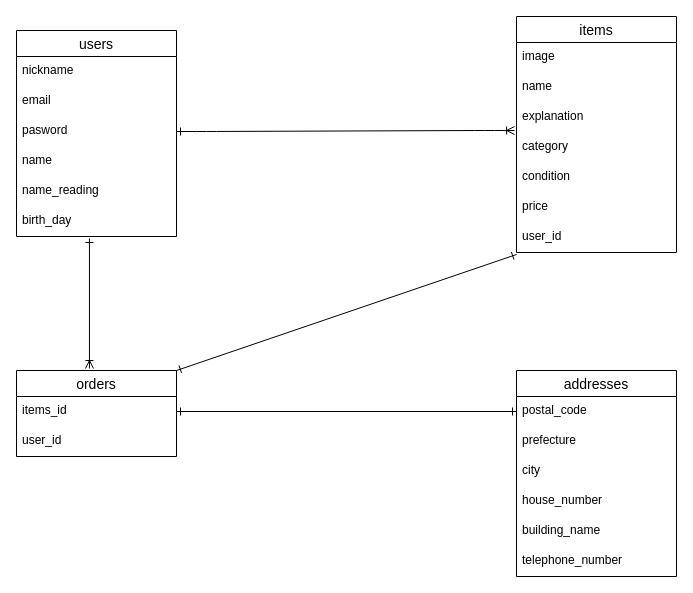
Earlier version of the draw.io diagram test.dio (naoki-shiogao/furima-39541). Source tidied: cells renumbered, new cells numbered last; positions are measured from the earlier drawing's top-left corner, leaving out a move shared by most shapes. Both pictures are drawn from the tidied source at 100%, with x=0, y=0 at pixel (16, 16).
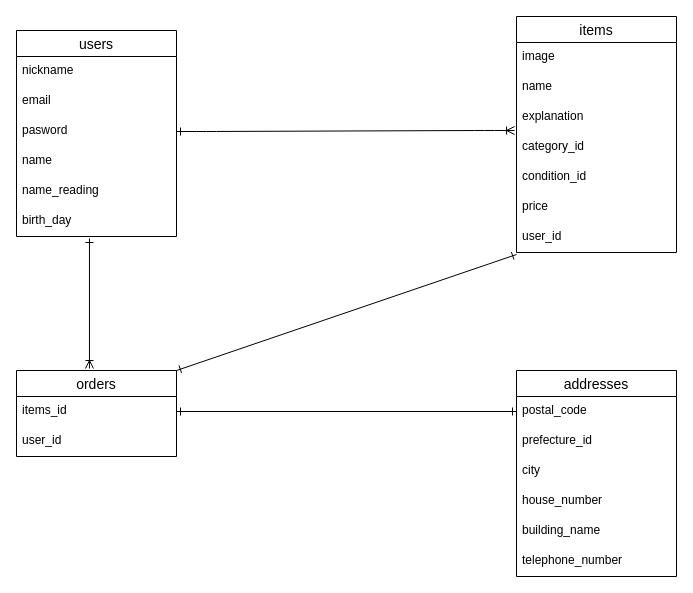
After the change.

Commit message (it also covers changes not shown here):
データベース設計2

The change refers to these unchanged cells:
```xml
<mxCell id="9" value="items" style="swimlane;fontStyle=0;horizontal=1;startSize=26;align=center;fontSize=14;" parent="1" vertex="1">
  <mxGeometry x="500" width="160" height="236" as="geometry" />
</mxCell>
<mxCell id="20" value="addresses" style="swimlane;fontStyle=0;horizontal=1;startSize=26;align=center;fontSize=14;" parent="1" vertex="1">
  <mxGeometry x="500" y="354" width="160" height="206" as="geometry" />
</mxCell>
```

The edit, as a diff of the source:
```diff
@@
-    <mxCell id="13" value="category" style="text;strokeColor=none;fillColor=none;spacingLeft=4;spacingRight=4;overflow=hidden;fontSize=12;" parent="9" vertex="1">
+    <mxCell id="13" value="category_id" style="text;strokeColor=none;fillColor=none;spacingLeft=4;spacingRight=4;overflow=hidden;fontSize=12;" parent="9" vertex="1">
       <mxGeometry y="116" width="160" height="30" as="geometry" />
     </mxCell>
-    <mxCell id="14" value="condition" style="text;strokeColor=none;fillColor=none;spacingLeft=4;spacingRight=4;overflow=hidden;fontSize=12;" parent="9" vertex="1">
+    <mxCell id="14" value="condition_id" style="text;strokeColor=none;fillColor=none;spacingLeft=4;spacingRight=4;overflow=hidden;fontSize=12;" parent="9" vertex="1">
       <mxGeometry y="146" width="160" height="30" as="geometry" />
     </mxCell>
@@
-    <mxCell id="22" value="prefecture" style="text;strokeColor=none;fillColor=none;spacingLeft=4;spacingRight=4;overflow=hidden;fontSize=12;" parent="20" vertex="1">
+    <mxCell id="22" value="prefecture_id" style="text;strokeColor=none;fillColor=none;spacingLeft=4;spacingRight=4;overflow=hidden;fontSize=12;" parent="20" vertex="1">
       <mxGeometry y="56" width="160" height="30" as="geometry" />
     </mxCell>
```
